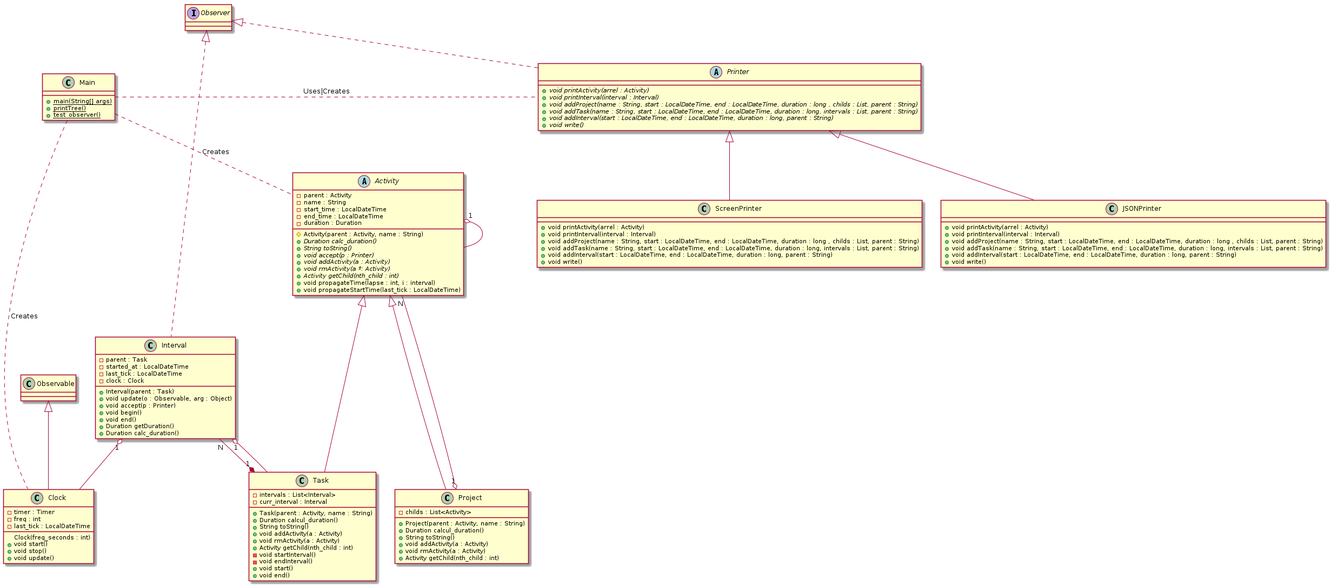
Above: diagrama_classes.png in Yahao277/TimeTracker (PlantUML), before the change.
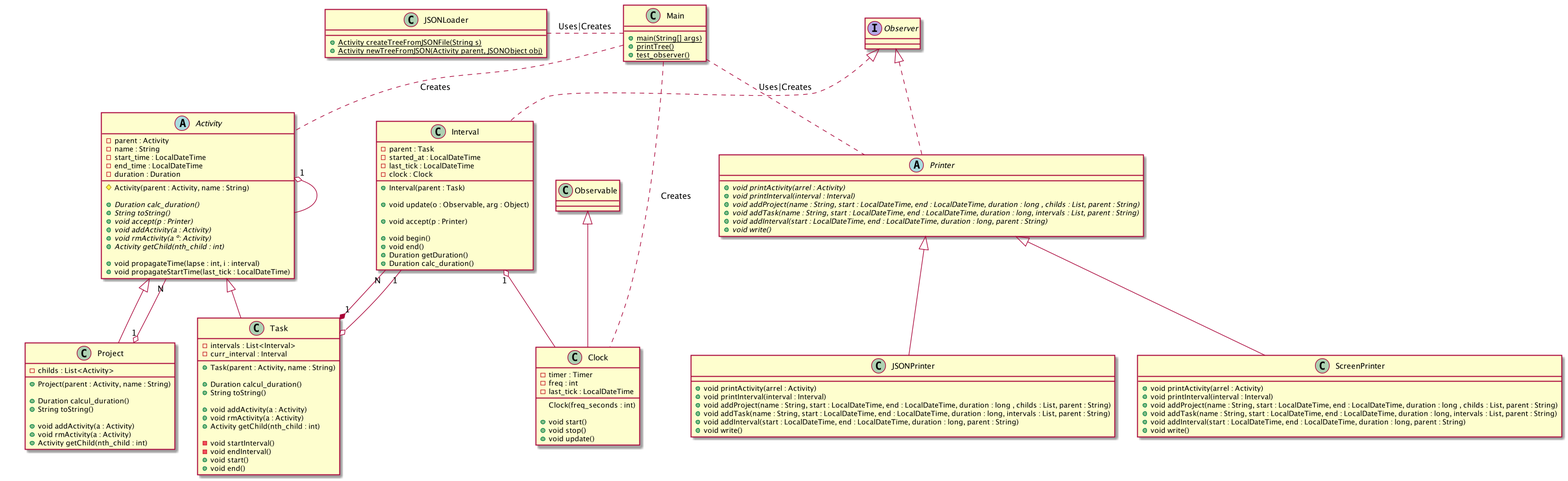
Above is the later version.

The edit, as a diff of the source:
```diff
@@ -14,13 +14,14 @@
 Main .. Activity : "Creates"
 Main .. Clock : "Creates"
 Main . Printer : "Uses|Creates"
+JSONLoader . Main : "Uses|Creates"
 
 
 Activity "1" o-- Activity
 Project "1" o-- "N" Activity
 Task "1" *-- "N" Interval
 
-Interval "1" o-- Task
+Interval "1" --o Task
 Interval "1" o-- Clock
 
 class Main {
@@ -153,5 +154,10 @@
     + void write()
 }
 
+class JSONLoader {
+    + {static} Activity createTreeFromJSONFile(String s)
+    + {static} Activity newTreeFromJSON(Activity parent, JSONObject obj)
+}
+
 
 @enduml
```
